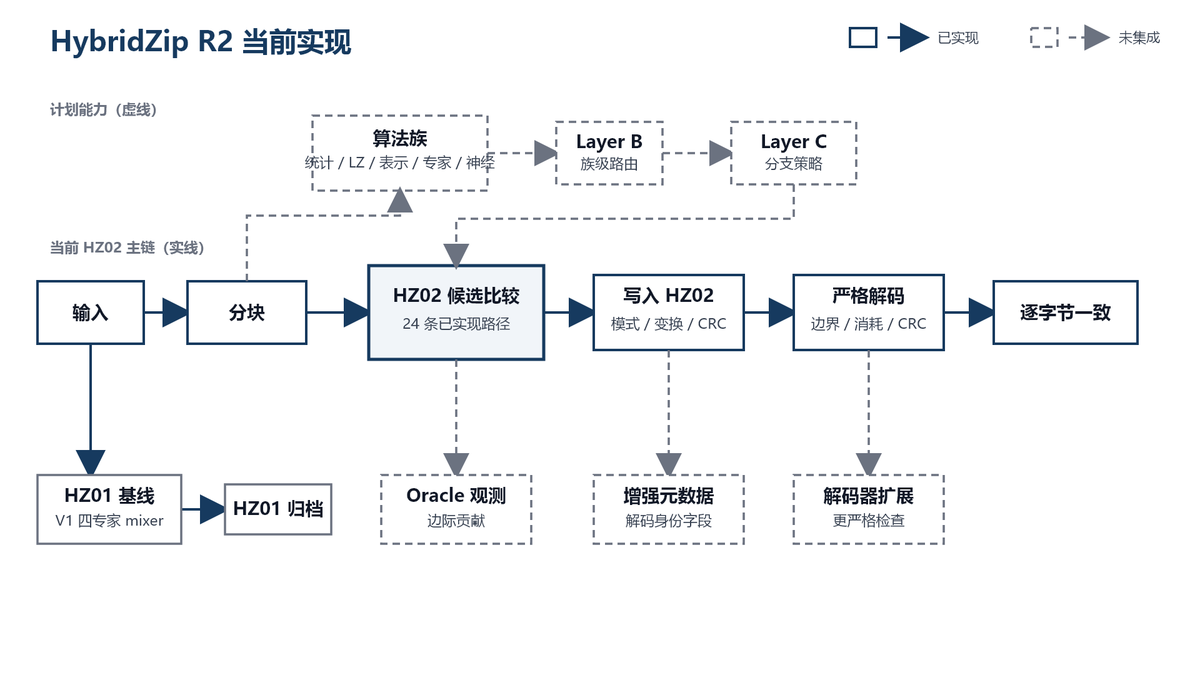
Above: figures/hybridzip-current-architecture.png in KennethParkerWang/HybridZip (Mermaid), before the change. Its source is kept beside it as figures/hybridzip-current-architecture.mmd.
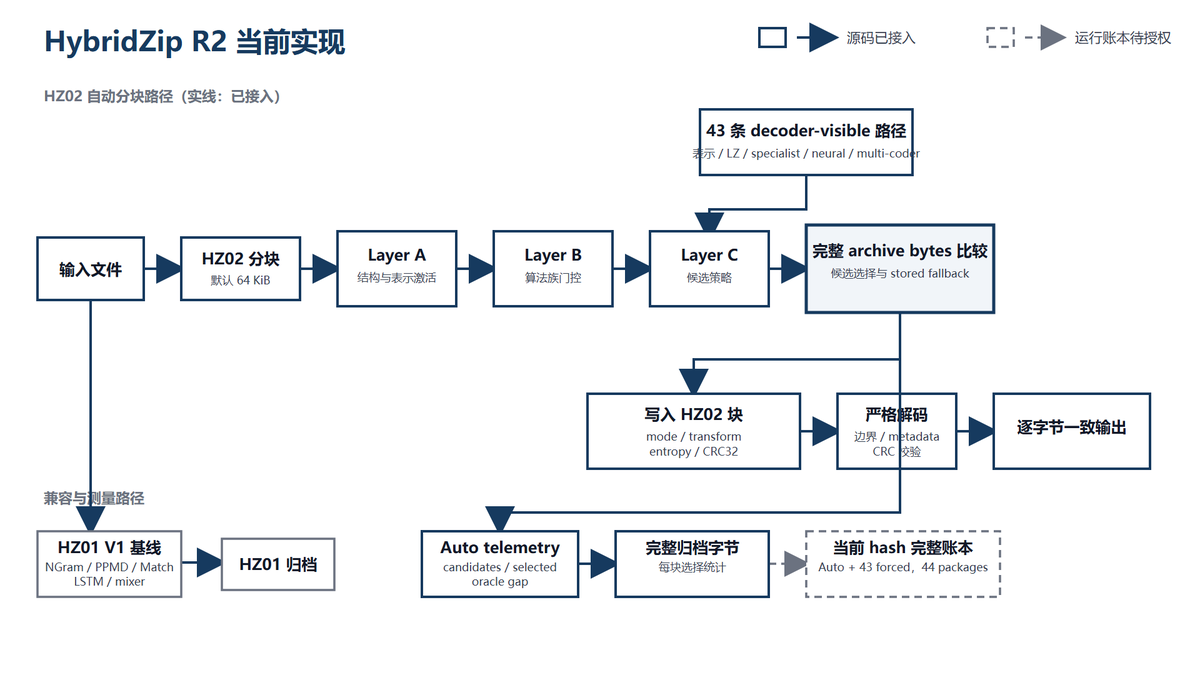
The same diagram one commit later.

What changed in the source:
```diff
@@ -1,15 +1,21 @@
 flowchart LR
-    input[输入] --> blocks[分块] --> compare[HZ02 候选比较<br/>24 条已实现路径] --> archive[写入 HZ02<br/>模式 / 变换 / CRC] --> decoder[严格解码<br/>边界 / CRC] --> output[逐字节一致]
-    input --> hz01[HZ01 基线<br/>V1 四专家 mixer] --> hz01out[HZ01 归档]
-    blocks -.-> families[算法族<br/>统计 / LZ / 表示 / 专家 / 神经] -.-> layerB[Layer B<br/>族级路由] -.-> layerC[Layer C<br/>分支策略] -.-> compare
-    compare -.-> oracle[Oracle 观测]
-    archive -.-> metadata[增强元数据]
-    decoder -.-> extension[解码器扩展]
+    input[输入文件] --> blocks[HZ02 分块<br/>默认 64 KiB]
+    blocks --> layerA[Layer A<br/>结构与表示激活]
+    layerA --> layerB[Layer B<br/>算法族门控]
+    layerB --> layerC[Layer C<br/>候选策略]
+    families[43 条已接入路径<br/>通用多编码 / LZ 表示 / specialist / neural / donor PAQ8px] --> layerC
+    layerC --> compare[真实完整 HZ02<br/>archive bytes 比较]
+    compare --> archive[写入 HZ02 块<br/>mode / transform / entropy / CRC32]
+    archive --> decoder[严格解码<br/>边界、metadata、CRC]
+    decoder --> output[逐字节一致输出]
+    input --> hz01[HZ01 V1 基线<br/>四专家 mixer] --> hz01archive[HZ01 归档]
+    compare --> telemetry[Auto block telemetry<br/>candidates / selected / oracle gap]
+    telemetry -.-> ledger[当前 hash 完整账本<br/>44 packages，待授权运行]
 
     classDef current fill:#FFFFFF,stroke:#163A5F,stroke-width:2px,color:#111827;
     classDef baseline fill:#FFFFFF,stroke:#6B7280,stroke-width:1.5px,color:#374151;
-    classDef planned fill:#FFFFFF,stroke:#6B7280,stroke-width:1.5px,stroke-dasharray:6 4,color:#374151;
-    class input,blocks,compare,archive,decoder,output current;
-    class hz01,hz01out baseline;
-    class families,layerB,layerC,oracle,metadata,extension planned;
+    classDef pending fill:#FFFFFF,stroke:#6B7280,stroke-width:1.5px,stroke-dasharray:6 4,color:#374151;
+    class input,blocks,layerA,layerB,layerC,families,compare,archive,decoder,output,telemetry current;
+    class hz01,hz01archive baseline;
+    class ledger pending;
     linkStyle default stroke:#163A5F,stroke-width:2px;
```
